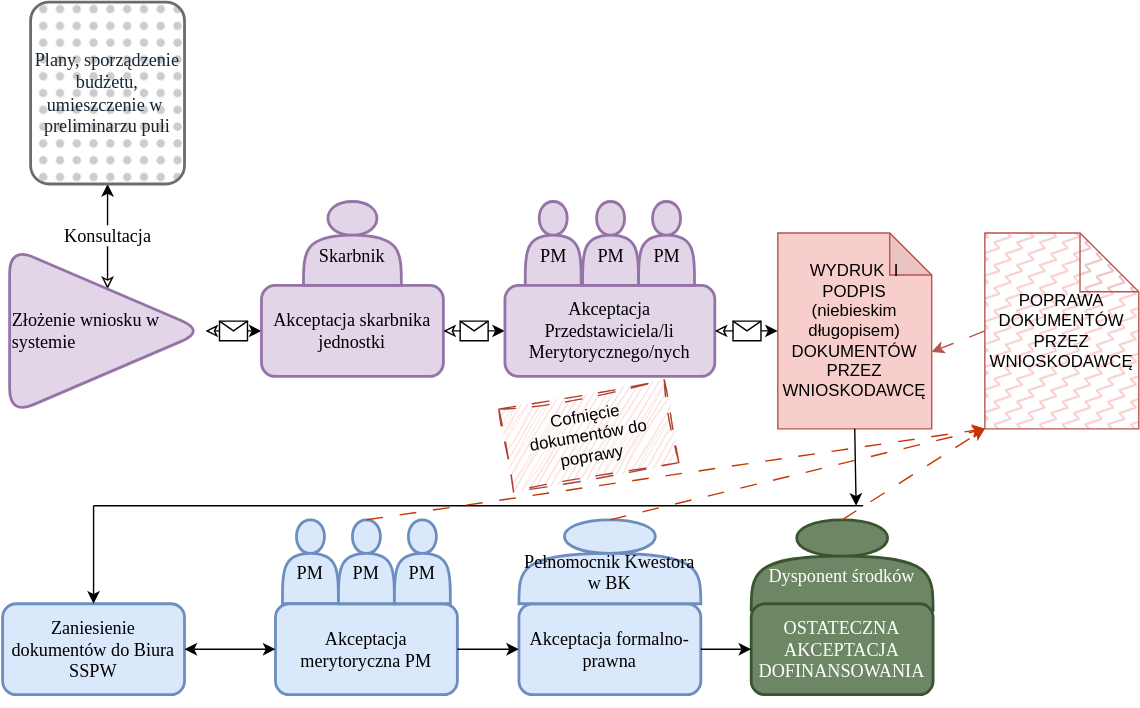
This is RYSUNEK PROCES WNIOSKOWANIA.svg from WelfareUnit/rysunki, a draw.io export, as it was before one commit. Source tidied: cells renumbered, new cells last; positions are measured from the earlier drawing's top-left corner, leaving out a move shared by most shapes.
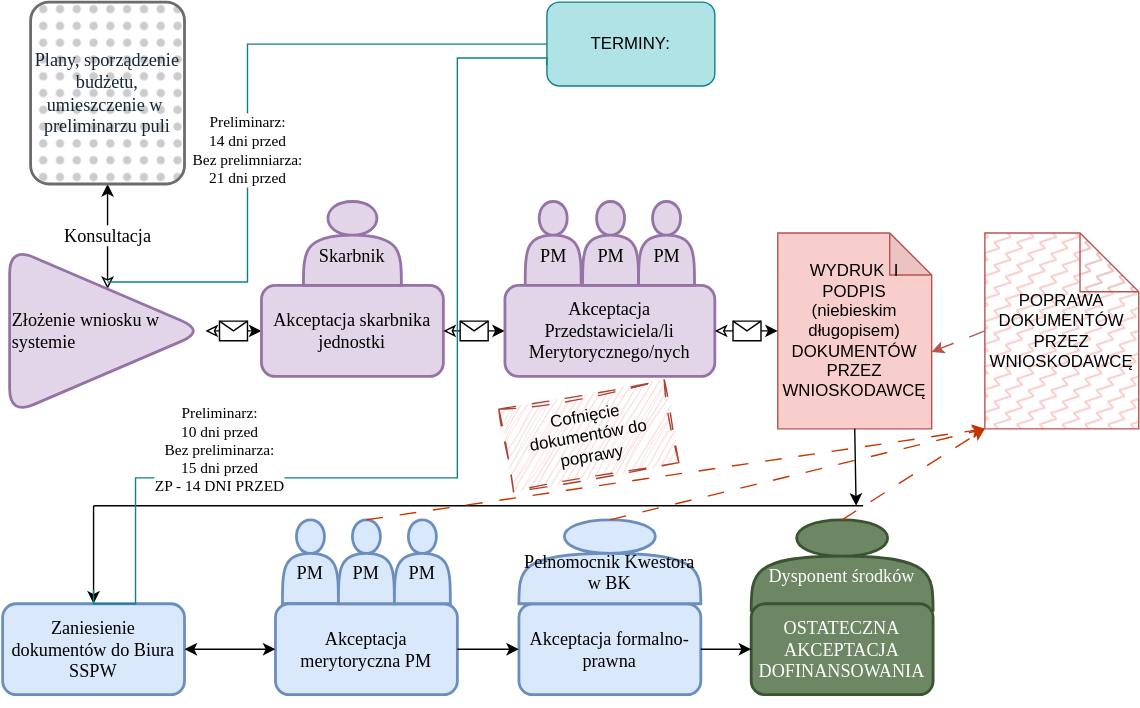
Above is the later version.

Diff of the diagram source:
```diff
@@ -138,5 +138,31 @@
     <mxCell id="42" value="Cofnięcie dokumentów do poprawy" style="text;html=1;strokeColor=#ae4132;fillColor=#fad9d5;align=center;verticalAlign=middle;whiteSpace=wrap;rounded=0;dashed=1;dashPattern=12 12;rotation=-10;shadow=0;glass=0;sketch=1;curveFitting=1;jiggle=2;" parent="1" vertex="1">
       <mxGeometry x="359" y="280" width="120" height="60" as="geometry" />
     </mxCell>
+    <mxCell id="43" value="TERMINY:" style="rounded=1;whiteSpace=wrap;html=1;fillColor=#b0e3e6;strokeColor=#0e8088;" parent="1" vertex="1">
+      <mxGeometry x="389" width="120" height="60" as="geometry" />
+    </mxCell>
+    <mxCell id="44" value="Preliminarz:&lt;br style=&quot;font-size: 11px;&quot;&gt; 10 dni przed&lt;br style=&quot;font-size: 11px;&quot;&gt;Bez preliminarza:&lt;br style=&quot;font-size: 11px;&quot;&gt;15 dni przed&lt;br&gt;ZP - 14 DNI PRZED" style="edgeStyle=orthogonalEdgeStyle;rounded=0;jettySize=auto;html=1;entryX=0;entryY=0.75;entryDx=0;entryDy=0;fontFamily=Source Sans 3;startArrow=none;startFill=0;fontSize=11;fontSource=https%3A%2F%2Ffonts.googleapis.com%2Fcss%3Ffamily%3DSource%2BSans%2B3;endArrow=none;endFill=0;fillColor=#b0e3e6;strokeColor=#0e8088;" parent="1" edge="1" target="43">
+      <mxGeometry x="-0.48" y="20" relative="1" as="geometry">
+        <mxPoint x="65" y="420" as="sourcePoint" />
+        <Array as="points">
+          <mxPoint x="65" y="430" />
+          <mxPoint x="95" y="430" />
+          <mxPoint x="95" y="340" />
+          <mxPoint x="325" y="340" />
+          <mxPoint x="325" y="40" />
+          <mxPoint x="389" y="40" />
+        </Array>
+      </mxGeometry>
+    </mxCell>
+    <mxCell id="45" value="Preliminarz:&lt;br style=&quot;font-size: 11px;&quot;&gt; 14 dni przed&lt;br style=&quot;font-size: 11px;&quot;&gt;Bez prelimniarza:&lt;br style=&quot;font-size: 11px;&quot;&gt;21 dni przed" style="edgeStyle=orthogonalEdgeStyle;rounded=0;jettySize=auto;html=1;entryX=0;entryY=0.5;entryDx=0;entryDy=0;fontFamily=Source Sans 3;startArrow=none;startFill=0;fontSize=11;fontSource=https%3A%2F%2Ffonts.googleapis.com%2Fcss%3Ffamily%3DSource%2BSans%2B3;endArrow=none;endFill=0;fillColor=#b0e3e6;strokeColor=#0e8088;fontColor=#000000;" parent="1" edge="1" target="43">
+      <mxGeometry x="-0.2" relative="1" as="geometry">
+        <mxPoint x="75" y="200" as="sourcePoint" />
+        <Array as="points">
+          <mxPoint x="85" y="200" />
+          <mxPoint x="175" y="200" />
+          <mxPoint x="175" y="30" />
+        </Array>
+      </mxGeometry>
+    </mxCell>
   </root>
 </mxGraphModel>
```
